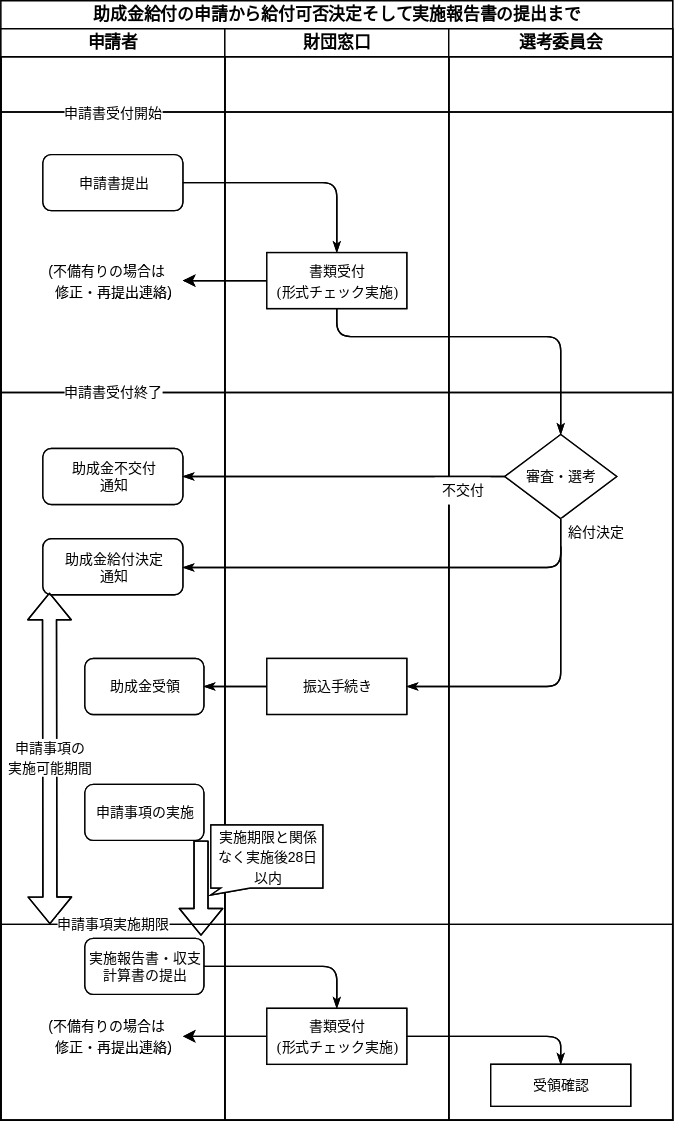
Earlier version of the draw.io export 申請業務フロー.svg (ogawa-akira/ogawa). Source tidied: cells renumbered, new cells last; positions are measured from the earlier drawing's top-left corner, leaving out a move shared by most shapes.
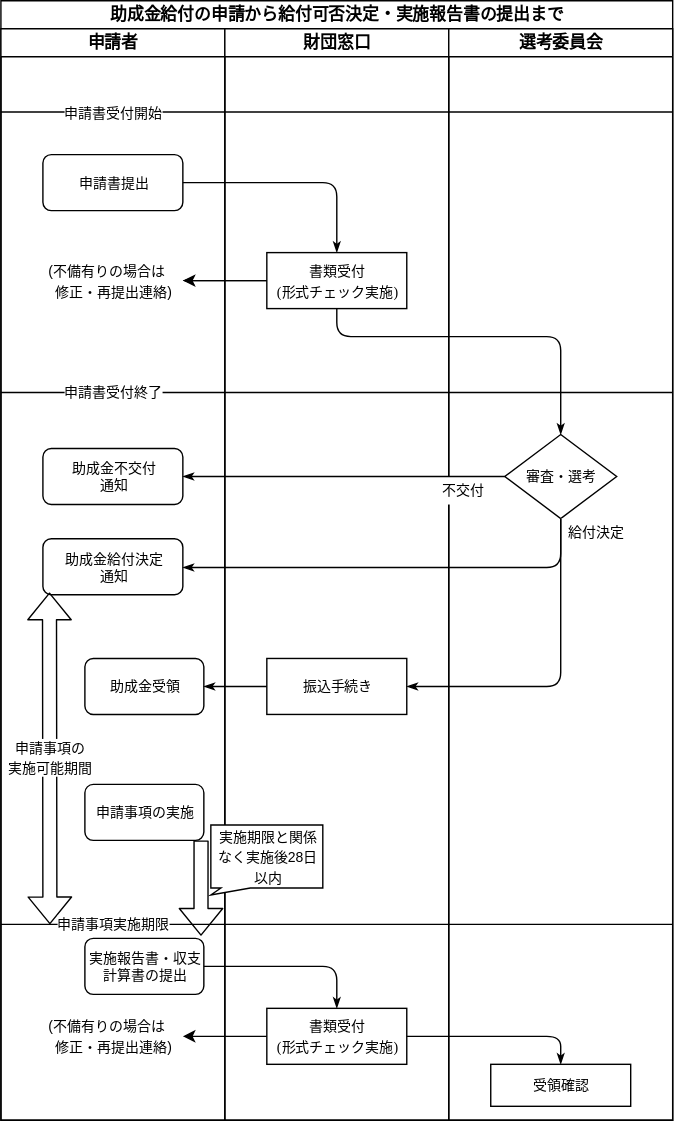
Above is the later version.

Commit message:
申請業務フロー.svg を更新します

Change to the diagram source:
```diff
@@ -2,7 +2,7 @@
   <root>
     <mxCell id="0" />
     <mxCell id="1" value="フロー" parent="0" />
-    <mxCell id="2" value="&lt;font style=&quot;font-size: 12px&quot;&gt;助成金給付の申請から給付可否決定そして実施報告書の提出まで&lt;/font&gt;" style="swimlane;html=1;startSize=20;rounded=0;shadow=0;labelBackgroundColor=none;strokeWidth=1;fontFamily=Verdana;fontSize=8;align=center;" parent="1" vertex="1">
+    <mxCell id="2" value="&lt;font style=&quot;font-size: 12px&quot;&gt;助成金給付の申請から給付可否決定・実施報告書の提出まで&lt;/font&gt;" style="swimlane;html=1;startSize=20;rounded=0;shadow=0;labelBackgroundColor=none;strokeWidth=1;fontFamily=Verdana;fontSize=8;align=center;" parent="1" vertex="1">
       <mxGeometry width="480" height="800" as="geometry" />
     </mxCell>
     <mxCell id="3" style="edgeStyle=orthogonalEdgeStyle;rounded=1;html=1;labelBackgroundColor=none;startArrow=none;startFill=0;startSize=5;endArrow=classicThin;endFill=1;endSize=5;jettySize=auto;strokeWidth=1;fontFamily=Verdana;fontSize=8;exitX=0;exitY=0.5;exitDx=0;exitDy=0;entryX=1;entryY=0.5;entryDx=0;entryDy=0;" parent="2" edge="1" source="17" target="7">
@@ -148,152 +148,5 @@
         </Array>
       </mxGeometry>
     </mxCell>
-    <mxCell id="38" value="日付" parent="0" />
-    <mxCell id="39" value="&lt;font style=&quot;font-size: 12px&quot;&gt;助成金給付の申請から給付可否決定そして実施報告書の提出まで&lt;/font&gt;" style="swimlane;html=1;startSize=20;rounded=0;shadow=0;labelBackgroundColor=none;strokeWidth=1;fontFamily=Verdana;fontSize=8;align=center;" parent="38" vertex="1">
-      <mxGeometry width="480" height="800" as="geometry" />
-    </mxCell>
-    <mxCell id="40" style="edgeStyle=orthogonalEdgeStyle;rounded=1;html=1;labelBackgroundColor=none;startArrow=none;startFill=0;startSize=5;endArrow=classicThin;endFill=1;endSize=5;jettySize=auto;strokeWidth=1;fontFamily=Verdana;fontSize=8;exitX=0;exitY=0.5;exitDx=0;exitDy=0;entryX=1;entryY=0.5;entryDx=0;entryDy=0;" parent="39" edge="1" source="54" target="44">
-      <mxGeometry relative="1" as="geometry" />
-    </mxCell>
-    <mxCell id="41" value="申請者" style="swimlane;html=1;startSize=20;" parent="39" vertex="1">
-      <mxGeometry y="20" width="160" height="780" as="geometry" />
-    </mxCell>
-    <mxCell id="42" value="&lt;font style=&quot;font-size: 10px&quot;&gt;申請書提出&lt;/font&gt;" style="rounded=1;whiteSpace=wrap;html=1;shadow=0;labelBackgroundColor=none;strokeWidth=1;fontFamily=Verdana;fontSize=8;align=center;" parent="41" vertex="1">
-      <mxGeometry x="30" y="90" width="100" height="40" as="geometry" />
-    </mxCell>
-    <mxCell id="43" value="&lt;font style=&quot;font-size: 10px&quot;&gt;助成金給付決定&lt;br&gt;通知&lt;/font&gt;" style="rounded=1;whiteSpace=wrap;html=1;shadow=0;labelBackgroundColor=none;strokeWidth=1;fontFamily=Verdana;fontSize=8;align=center;" parent="41" vertex="1">
-      <mxGeometry x="30" y="364.5" width="100" height="40" as="geometry" />
-    </mxCell>
-    <mxCell id="44" value="&lt;font style=&quot;font-size: 10px&quot;&gt;(不備有りの場合は&lt;br&gt;　修正・再提出連絡)&lt;br&gt;&lt;/font&gt;" style="text;html=1;strokeColor=none;fillColor=#FFFFFF;align=center;verticalAlign=middle;whiteSpace=wrap;rounded=0;shadow=0;" parent="41" vertex="1">
-      <mxGeometry x="20" y="170" width="110" height="20" as="geometry" />
-    </mxCell>
-    <mxCell id="45" value="&lt;span style=&quot;font-size: 10px&quot;&gt;助成金不交付&lt;br&gt;通知&lt;/span&gt;" style="rounded=1;whiteSpace=wrap;html=1;shadow=0;labelBackgroundColor=none;strokeWidth=1;fontFamily=Verdana;fontSize=8;align=center;" parent="41" vertex="1">
-      <mxGeometry x="30" y="300" width="100" height="40" as="geometry" />
-    </mxCell>
-    <mxCell id="46" value="&lt;font style=&quot;font-size: 10px&quot;&gt;助成金受領&lt;br&gt;&lt;/font&gt;" style="rounded=1;whiteSpace=wrap;html=1;shadow=0;labelBackgroundColor=none;strokeWidth=1;fontFamily=Verdana;fontSize=8;align=center;" parent="41" vertex="1">
-      <mxGeometry x="60" y="450" width="85" height="40" as="geometry" />
-    </mxCell>
-    <mxCell id="47" value="&lt;font style=&quot;font-size: 10px&quot;&gt;申請事項の&lt;br&gt;実施可能期間&lt;/font&gt;" style="shape=flexArrow;endArrow=classic;startArrow=classic;html=1;entryX=-0.003;entryY=0.958;entryDx=0;entryDy=0;entryPerimeter=0;" parent="41" edge="1">
-      <mxGeometry relative="1" as="geometry">
-        <mxPoint x="35" y="640" as="sourcePoint" />
-        <mxPoint x="34.7" y="402.8" as="targetPoint" />
-      </mxGeometry>
-    </mxCell>
-    <mxCell id="48" value="&lt;font style=&quot;font-size: 10px&quot;&gt;申請事項の実施&lt;br&gt;&lt;/font&gt;" style="rounded=1;whiteSpace=wrap;html=1;shadow=0;labelBackgroundColor=none;strokeWidth=1;fontFamily=Verdana;fontSize=8;align=center;" parent="41" vertex="1">
-      <mxGeometry x="60" y="540" width="85" height="40" as="geometry" />
-    </mxCell>
-    <mxCell id="49" value="&lt;font&gt;&lt;span style=&quot;font-size: 10px&quot;&gt;実施報告書・収支計算書の提出&lt;/span&gt;&lt;br&gt;&lt;/font&gt;" style="rounded=1;whiteSpace=wrap;html=1;shadow=0;labelBackgroundColor=none;strokeWidth=1;fontFamily=Verdana;fontSize=8;align=center;" parent="41" vertex="1">
-      <mxGeometry x="60" y="650" width="85" height="40" as="geometry" />
-    </mxCell>
-    <mxCell id="50" style="shape=flexArrow;endArrow=classic;html=1;entryX=0.976;entryY=-0.046;entryDx=0;entryDy=0;entryPerimeter=0;" parent="41" edge="1" target="49">
-      <mxGeometry relative="1" as="geometry">
-        <mxPoint x="143" y="580" as="sourcePoint" />
-      </mxGeometry>
-    </mxCell>
-    <mxCell id="51" style="edgeStyle=orthogonalEdgeStyle;rounded=1;html=1;labelBackgroundColor=none;startArrow=none;startFill=0;startSize=5;endArrow=classicThin;endFill=1;endSize=5;jettySize=auto;strokeWidth=1;fontFamily=Verdana;fontSize=8;entryX=0.5;entryY=0;entryDx=0;entryDy=0;" parent="39" edge="1" source="42" target="54">
-      <mxGeometry relative="1" as="geometry" />
-    </mxCell>
-    <mxCell id="52" value="財団窓口" style="swimlane;html=1;startSize=20;" parent="39" vertex="1">
-      <mxGeometry x="160" y="20" width="160" height="780" as="geometry" />
-    </mxCell>
-    <mxCell id="53" value="&lt;font style=&quot;font-size: 10px&quot;&gt;申請書受付開始&lt;/font&gt;" style="endArrow=none;html=1;" parent="52" edge="1">
-      <mxGeometry x="-0.67" relative="1" as="geometry">
-        <mxPoint x="-160" y="59.5" as="sourcePoint" />
-        <mxPoint x="320" y="59.5" as="targetPoint" />
-      </mxGeometry>
-    </mxCell>
-    <mxCell id="54" value="&lt;font style=&quot;font-size: 10px&quot;&gt;&lt;span style=&quot;font-family: &amp;#34;verdana&amp;#34; ; white-space: normal&quot;&gt;書類受付&lt;/span&gt;&lt;br style=&quot;font-family: &amp;#34;verdana&amp;#34; ; white-space: normal&quot;&gt;&lt;span style=&quot;font-family: &amp;#34;verdana&amp;#34; ; white-space: normal&quot;&gt;(形式チェック実施)&lt;/span&gt;&lt;/font&gt;" style="rounded=0;whiteSpace=wrap;html=1;shadow=0;fillColor=#FFFFFF;" parent="52" vertex="1">
-      <mxGeometry x="30" y="160" width="100" height="40" as="geometry" />
-    </mxCell>
-    <mxCell id="55" value="&lt;font face=&quot;verdana&quot;&gt;&lt;span style=&quot;font-size: 10px&quot;&gt;振込手続き&lt;/span&gt;&lt;/font&gt;" style="rounded=0;whiteSpace=wrap;html=1;shadow=0;fillColor=#FFFFFF;" parent="52" vertex="1">
-      <mxGeometry x="30" y="450" width="100" height="40" as="geometry" />
-    </mxCell>
-    <mxCell id="56" value="&lt;font style=&quot;font-size: 10px&quot;&gt;申請書受付終了&lt;/font&gt;" style="endArrow=none;html=1;" parent="52" edge="1">
-      <mxGeometry x="-0.67" relative="1" as="geometry">
-        <mxPoint x="-160" y="260" as="sourcePoint" />
-        <mxPoint x="320" y="260" as="targetPoint" />
-      </mxGeometry>
-    </mxCell>
-    <mxCell id="57" value="&lt;font style=&quot;font-size: 10px&quot;&gt;(不備有りの場合は&lt;br&gt;　修正・再提出連絡)&lt;br&gt;&lt;/font&gt;" style="text;html=1;strokeColor=none;fillColor=#FFFFFF;align=center;verticalAlign=middle;whiteSpace=wrap;rounded=0;shadow=0;" parent="52" vertex="1">
-      <mxGeometry x="-140" y="710" width="110" height="20" as="geometry" />
-    </mxCell>
-    <mxCell id="58" value="&lt;font style=&quot;font-size: 10px&quot;&gt;&lt;span style=&quot;font-family: &amp;#34;verdana&amp;#34; ; white-space: normal&quot;&gt;書類受付&lt;/span&gt;&lt;br style=&quot;font-family: &amp;#34;verdana&amp;#34; ; white-space: normal&quot;&gt;&lt;span style=&quot;font-family: &amp;#34;verdana&amp;#34; ; white-space: normal&quot;&gt;(形式チェック実施)&lt;/span&gt;&lt;/font&gt;" style="rounded=0;whiteSpace=wrap;html=1;shadow=0;fillColor=#FFFFFF;" parent="52" vertex="1">
-      <mxGeometry x="30" y="700" width="100" height="40" as="geometry" />
-    </mxCell>
-    <mxCell id="59" style="edgeStyle=orthogonalEdgeStyle;rounded=0;jettySize=auto;html=1;" parent="52" edge="1" source="58" target="57">
-      <mxGeometry relative="1" as="geometry" />
-    </mxCell>
-    <mxCell id="60" value="&lt;font style=&quot;font-size: 10px&quot;&gt;実施期限と関係なく実施後28日以内&lt;/font&gt;" style="shape=callout;whiteSpace=wrap;html=1;perimeter=calloutPerimeter;shadow=0;fillColor=#FFFFFF;position2=0;size=5;position=0.09;base=21;" parent="52" vertex="1">
-      <mxGeometry x="-10" y="569" width="80" height="50" as="geometry" />
-    </mxCell>
-    <mxCell id="61" value="選考委員会" style="swimlane;html=1;startSize=20;" parent="39" vertex="1">
-      <mxGeometry x="320" y="20" width="160" height="780" as="geometry" />
-    </mxCell>
-    <mxCell id="62" value="&lt;font style=&quot;font-size: 10px&quot;&gt;審査・選考&lt;/font&gt;" style="rhombus;whiteSpace=wrap;html=1;rounded=0;shadow=0;labelBackgroundColor=none;strokeWidth=1;fontFamily=Verdana;fontSize=8;align=center;" parent="61" vertex="1">
-      <mxGeometry x="40" y="290" width="80" height="60" as="geometry" />
-    </mxCell>
-    <mxCell id="63" value="&lt;font style=&quot;font-size: 10px&quot;&gt;不交付&lt;/font&gt;" style="text;html=1;strokeColor=none;fillColor=#FFFFFF;align=center;verticalAlign=middle;whiteSpace=wrap;rounded=0;shadow=0;" parent="61" vertex="1">
-      <mxGeometry x="-10" y="320" width="40" height="20" as="geometry" />
-    </mxCell>
-    <mxCell id="64" value="&lt;font style=&quot;font-size: 10px&quot;&gt;給付決定&lt;/font&gt;" style="text;html=1;strokeColor=none;fillColor=#FFFFFF;align=center;verticalAlign=middle;whiteSpace=wrap;rounded=0;shadow=0;" parent="61" vertex="1">
-      <mxGeometry x="80" y="350" width="50" height="20" as="geometry" />
-    </mxCell>
-    <mxCell id="65" style="edgeStyle=orthogonalEdgeStyle;rounded=1;html=1;labelBackgroundColor=none;startArrow=none;startFill=0;startSize=5;endArrow=classicThin;endFill=1;endSize=5;jettySize=auto;strokeWidth=1;fontFamily=Verdana;fontSize=8;entryX=1;entryY=0.5;entryDx=0;entryDy=0;" parent="61" edge="1" target="55">
-      <mxGeometry relative="1" as="geometry">
-        <mxPoint x="80" y="350" as="sourcePoint" />
-        <Array as="points">
-          <mxPoint x="80" y="470" />
-        </Array>
-      </mxGeometry>
-    </mxCell>
-    <mxCell id="66" value="&lt;font style=&quot;font-size: 10px&quot;&gt;申請事項実施期限&lt;/font&gt;" style="endArrow=none;html=1;" parent="61" edge="1">
-      <mxGeometry x="-0.67" relative="1" as="geometry">
-        <mxPoint x="-320" y="640" as="sourcePoint" />
-        <mxPoint x="160" y="640" as="targetPoint" />
-      </mxGeometry>
-    </mxCell>
-    <mxCell id="67" value="&lt;font face=&quot;verdana&quot;&gt;&lt;span style=&quot;font-size: 10px&quot;&gt;受領確認&lt;/span&gt;&lt;/font&gt;" style="rounded=0;whiteSpace=wrap;html=1;shadow=0;fillColor=#FFFFFF;" parent="61" vertex="1">
-      <mxGeometry x="30" y="740" width="100" height="30" as="geometry" />
-    </mxCell>
-    <mxCell id="68" style="edgeStyle=orthogonalEdgeStyle;rounded=1;html=1;labelBackgroundColor=none;startArrow=none;startFill=0;startSize=5;endArrow=classicThin;endFill=1;endSize=5;jettySize=auto;strokeWidth=1;fontFamily=Verdana;fontSize=8;entryX=0.5;entryY=0;entryDx=0;entryDy=0;exitX=0.5;exitY=1;exitDx=0;exitDy=0;" parent="39" edge="1" source="54" target="62">
-      <mxGeometry relative="1" as="geometry">
-        <Array as="points">
-          <mxPoint x="240" y="240" />
-          <mxPoint x="400" y="240" />
-        </Array>
-      </mxGeometry>
-    </mxCell>
-    <mxCell id="69" style="edgeStyle=orthogonalEdgeStyle;rounded=1;html=1;labelBackgroundColor=none;startArrow=none;startFill=0;startSize=5;endArrow=classicThin;endFill=1;endSize=5;jettySize=auto;strokeWidth=1;fontFamily=Verdana;fontSize=8;exitX=0.5;exitY=1;exitDx=0;exitDy=0;entryX=1;entryY=0.5;entryDx=0;entryDy=0;" parent="39" edge="1" source="62" target="43">
-      <mxGeometry relative="1" as="geometry">
-        <Array as="points">
-          <mxPoint x="400" y="404" />
-        </Array>
-      </mxGeometry>
-    </mxCell>
-    <mxCell id="70" style="edgeStyle=orthogonalEdgeStyle;rounded=1;html=1;labelBackgroundColor=none;startArrow=none;startFill=0;startSize=5;endArrow=classicThin;endFill=1;endSize=5;jettySize=auto;strokeWidth=1;fontFamily=Verdana;fontSize=8;exitX=0;exitY=0.5;exitDx=0;exitDy=0;entryX=1;entryY=0.5;entryDx=0;entryDy=0;" parent="39" edge="1" source="62" target="45">
-      <mxGeometry relative="1" as="geometry" />
-    </mxCell>
-    <mxCell id="71" style="edgeStyle=orthogonalEdgeStyle;rounded=1;html=1;labelBackgroundColor=none;startArrow=none;startFill=0;startSize=5;endArrow=classicThin;endFill=1;endSize=5;jettySize=auto;strokeWidth=1;fontFamily=Verdana;fontSize=8;entryX=1;entryY=0.5;entryDx=0;entryDy=0;exitX=0;exitY=0.5;exitDx=0;exitDy=0;" parent="39" edge="1" source="55" target="46">
-      <mxGeometry relative="1" as="geometry">
-        <Array as="points">
-          <mxPoint x="180" y="490" />
-          <mxPoint x="180" y="490" />
-        </Array>
-      </mxGeometry>
-    </mxCell>
-    <mxCell id="72" style="edgeStyle=orthogonalEdgeStyle;rounded=0;jettySize=auto;html=1;" parent="39" edge="1" source="54" target="44">
-      <mxGeometry relative="1" as="geometry" />
-    </mxCell>
-    <mxCell id="73" style="edgeStyle=orthogonalEdgeStyle;rounded=1;html=1;labelBackgroundColor=none;startArrow=none;startFill=0;startSize=5;endArrow=classicThin;endFill=1;endSize=5;jettySize=auto;strokeWidth=1;fontFamily=Verdana;fontSize=8;entryX=0.5;entryY=0;entryDx=0;entryDy=0;exitX=1;exitY=0.5;exitDx=0;exitDy=0;" parent="39" edge="1" source="49" target="58">
-      <mxGeometry relative="1" as="geometry" />
-    </mxCell>
-    <mxCell id="74" style="edgeStyle=orthogonalEdgeStyle;rounded=1;html=1;labelBackgroundColor=none;startArrow=none;startFill=0;startSize=5;endArrow=classicThin;endFill=1;endSize=5;jettySize=auto;strokeWidth=1;fontFamily=Verdana;fontSize=8;entryX=0.5;entryY=0;entryDx=0;entryDy=0;exitX=1;exitY=0.5;exitDx=0;exitDy=0;" parent="39" edge="1" source="58" target="67">
-      <mxGeometry relative="1" as="geometry">
-        <Array as="points">
-          <mxPoint x="290" y="740" />
-          <mxPoint x="400" y="740" />
-        </Array>
-      </mxGeometry>
-    </mxCell>
   </root>
 </mxGraphModel>
```
